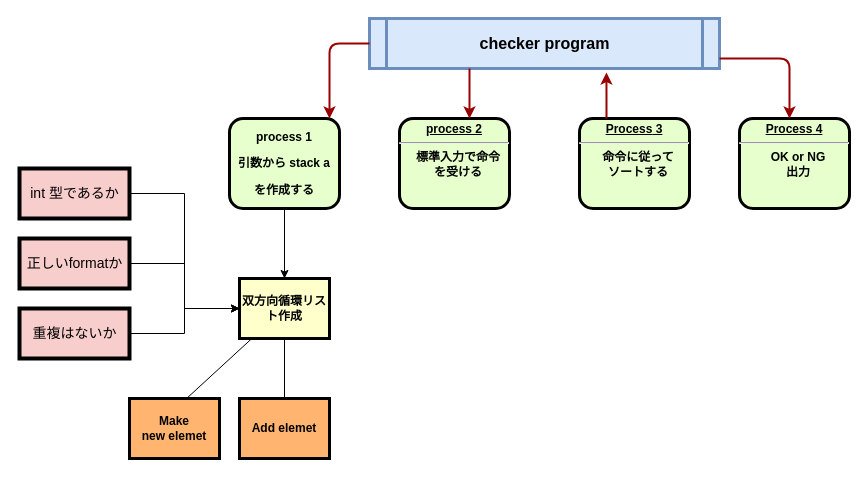
Before: page "Page-1" (1 of 2) of push_swap.drawio in public-jun/42_push_swap, a draw.io diagram. Source tidied: cells renumbered, new cells numbered last; positions are measured from the earlier drawing's top-left corner, leaving out a move shared by most shapes. Both pictures are drawn from the tidied source at 100%, with x=0, y=0 at pixel (19, 18).
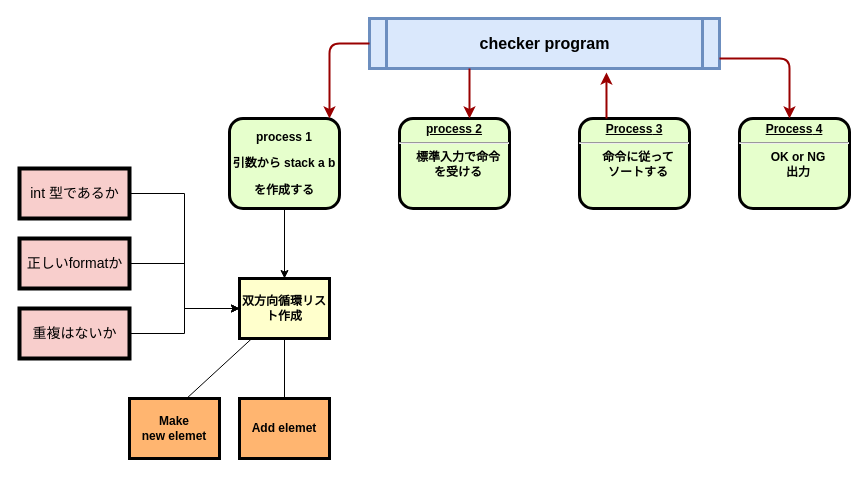
The same diagram, later.

Diff of the diagram source:
```diff
@@
-    <mxCell id="2" value="&lt;p style=&quot;line-height: 120%&quot;&gt;process 1&lt;/p&gt;&lt;p style=&quot;line-height: 120%&quot;&gt;引数から stack a&lt;/p&gt;&lt;p style=&quot;line-height: 120%&quot;&gt;を作成する&lt;/p&gt;" style="verticalAlign=top;align=center;overflow=fill;fontSize=12;fontFamily=Helvetica;html=1;rounded=1;fontStyle=1;strokeWidth=3;fillColor=#E6FFCC;horizontal=1;" parent="1" vertex="1">
+    <mxCell id="2" value="&lt;p style=&quot;line-height: 120%&quot;&gt;process 1&lt;/p&gt;&lt;p style=&quot;line-height: 120%&quot;&gt;引数から stack a b&lt;/p&gt;&lt;p style=&quot;line-height: 120%&quot;&gt;を作成する&lt;/p&gt;" style="verticalAlign=top;align=center;overflow=fill;fontSize=12;fontFamily=Helvetica;html=1;rounded=1;fontStyle=1;strokeWidth=3;fillColor=#E6FFCC;horizontal=1;" parent="1" vertex="1">
       <mxGeometry x="210" y="100" width="110" height="90" as="geometry" />
     </mxCell>
```
